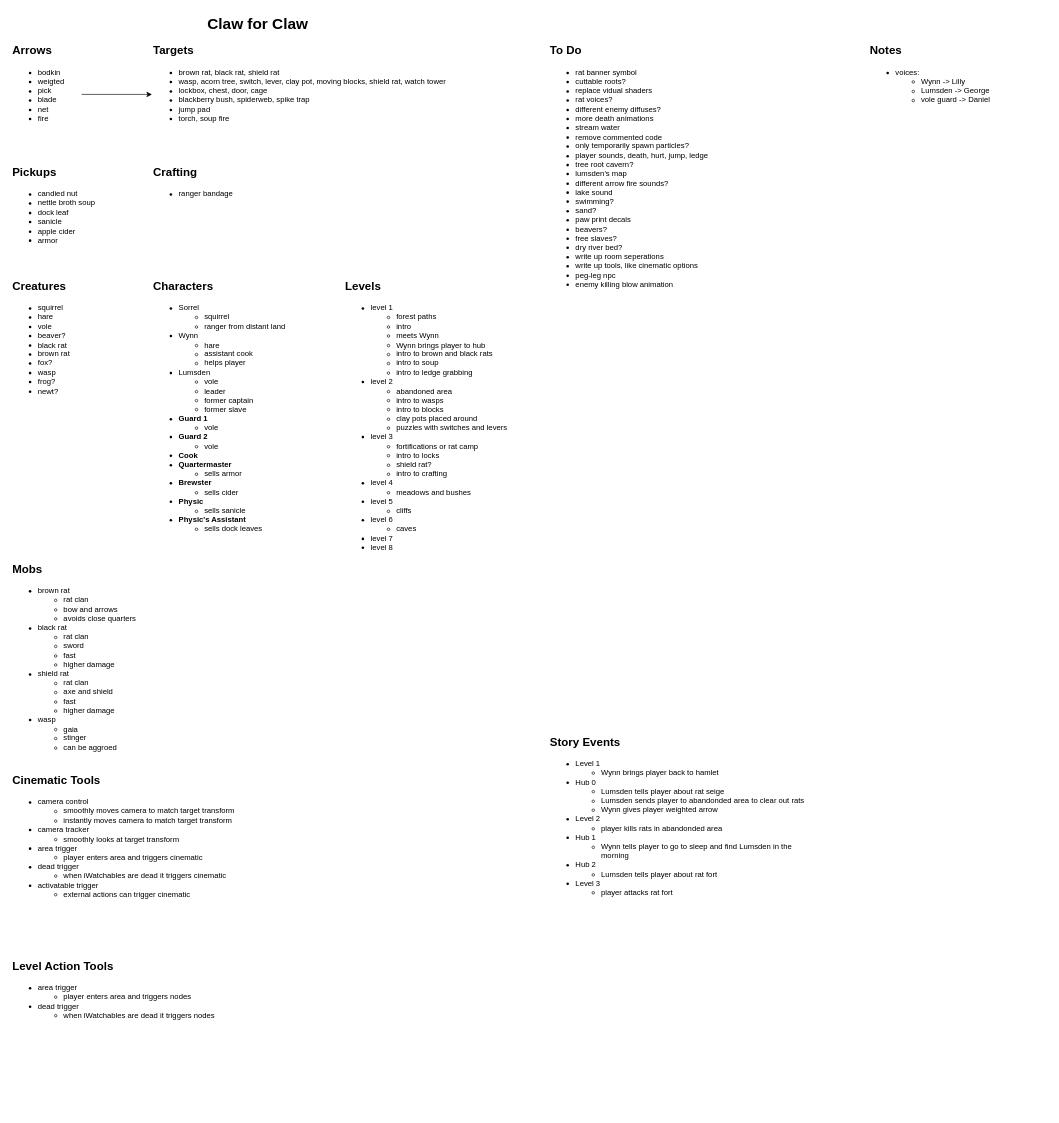
Before: Planning/design-doc.drawio in camerondedore/Godot-Project-3, a draw.io diagram. Source tidied: cells renumbered, new cells numbered last; positions are measured from the earlier drawing's top-left corner, leaving out a move shared by most shapes. Both pictures are drawn from the tidied source at 64%, with x=0, y=0 at pixel (11, 11).
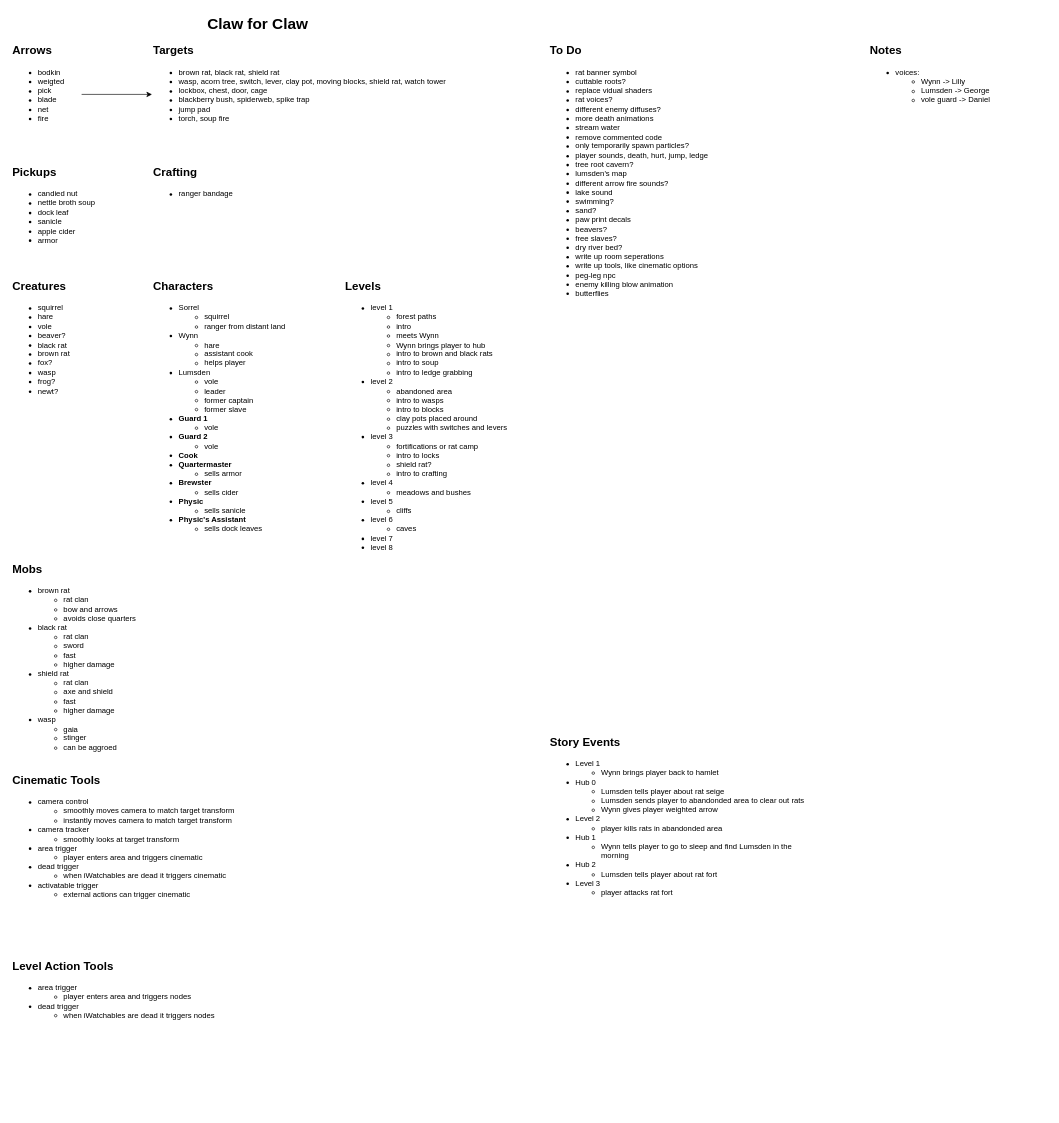
The same diagram, later.

The edit, as a diff of the source:
```diff
@@
-    <mxCell id="19" value="&lt;ul&gt;&lt;li&gt;rat banner symbol&lt;/li&gt;&lt;li&gt;cuttable roots?&lt;/li&gt;&lt;li&gt;replace vidual shaders&lt;/li&gt;&lt;li&gt;rat voices?&lt;/li&gt;&lt;li&gt;different enemy diffuses?&lt;/li&gt;&lt;li&gt;more death animations&lt;/li&gt;&lt;li&gt;&lt;span style=&quot;background-color: transparent; color: light-dark(rgb(0, 0, 0), rgb(255, 255, 255));&quot;&gt;stream water&lt;/span&gt;&lt;br&gt;&lt;/li&gt;&lt;li&gt;remove commented code&lt;/li&gt;&lt;li&gt;only temporarily spawn particles?&lt;/li&gt;&lt;li&gt;player sounds, death, hurt, jump, ledge&lt;/li&gt;&lt;li&gt;tree root cavern?&lt;/li&gt;&lt;li&gt;lumsden's map&lt;/li&gt;&lt;li&gt;different arrow fire sounds?&lt;/li&gt;&lt;li&gt;lake sound&lt;/li&gt;&lt;li&gt;swimming?&lt;/li&gt;&lt;li&gt;sand?&lt;/li&gt;&lt;li&gt;paw print decals&lt;/li&gt;&lt;li&gt;beavers?&lt;/li&gt;&lt;li&gt;free slaves?&lt;/li&gt;&lt;li&gt;dry river bed?&lt;/li&gt;&lt;li&gt;write up room seperations&lt;/li&gt;&lt;li&gt;write up tools, like cinematic options&lt;/li&gt;&lt;li&gt;peg-leg npc&lt;/li&gt;&lt;li&gt;enemy killing blow animation&lt;/li&gt;&lt;/ul&gt;" style="text;html=1;align=left;verticalAlign=top;whiteSpace=wrap;rounded=0;" parent="1" vertex="1">
+    <mxCell id="19" value="&lt;ul&gt;&lt;li&gt;rat banner symbol&lt;/li&gt;&lt;li&gt;cuttable roots?&lt;/li&gt;&lt;li&gt;replace vidual shaders&lt;/li&gt;&lt;li&gt;rat voices?&lt;/li&gt;&lt;li&gt;different enemy diffuses?&lt;/li&gt;&lt;li&gt;more death animations&lt;/li&gt;&lt;li&gt;&lt;span style=&quot;background-color: transparent; color: light-dark(rgb(0, 0, 0), rgb(255, 255, 255));&quot;&gt;stream water&lt;/span&gt;&lt;br&gt;&lt;/li&gt;&lt;li&gt;remove commented code&lt;/li&gt;&lt;li&gt;only temporarily spawn particles?&lt;/li&gt;&lt;li&gt;player sounds, death, hurt, jump, ledge&lt;/li&gt;&lt;li&gt;tree root cavern?&lt;/li&gt;&lt;li&gt;lumsden's map&lt;/li&gt;&lt;li&gt;different arrow fire sounds?&lt;/li&gt;&lt;li&gt;lake sound&lt;/li&gt;&lt;li&gt;swimming?&lt;/li&gt;&lt;li&gt;sand?&lt;/li&gt;&lt;li&gt;paw print decals&lt;/li&gt;&lt;li&gt;beavers?&lt;/li&gt;&lt;li&gt;free slaves?&lt;/li&gt;&lt;li&gt;dry river bed?&lt;/li&gt;&lt;li&gt;write up room seperations&lt;/li&gt;&lt;li&gt;write up tools, like cinematic options&lt;/li&gt;&lt;li&gt;peg-leg npc&lt;/li&gt;&lt;li&gt;enemy killing blow animation&lt;/li&gt;&lt;li&gt;butterflies&lt;/li&gt;&lt;/ul&gt;" style="text;html=1;align=left;verticalAlign=top;whiteSpace=wrap;rounded=0;" parent="1" vertex="1">
       <mxGeometry x="840" y="70" width="280" height="440" as="geometry" />
     </mxCell>
```
